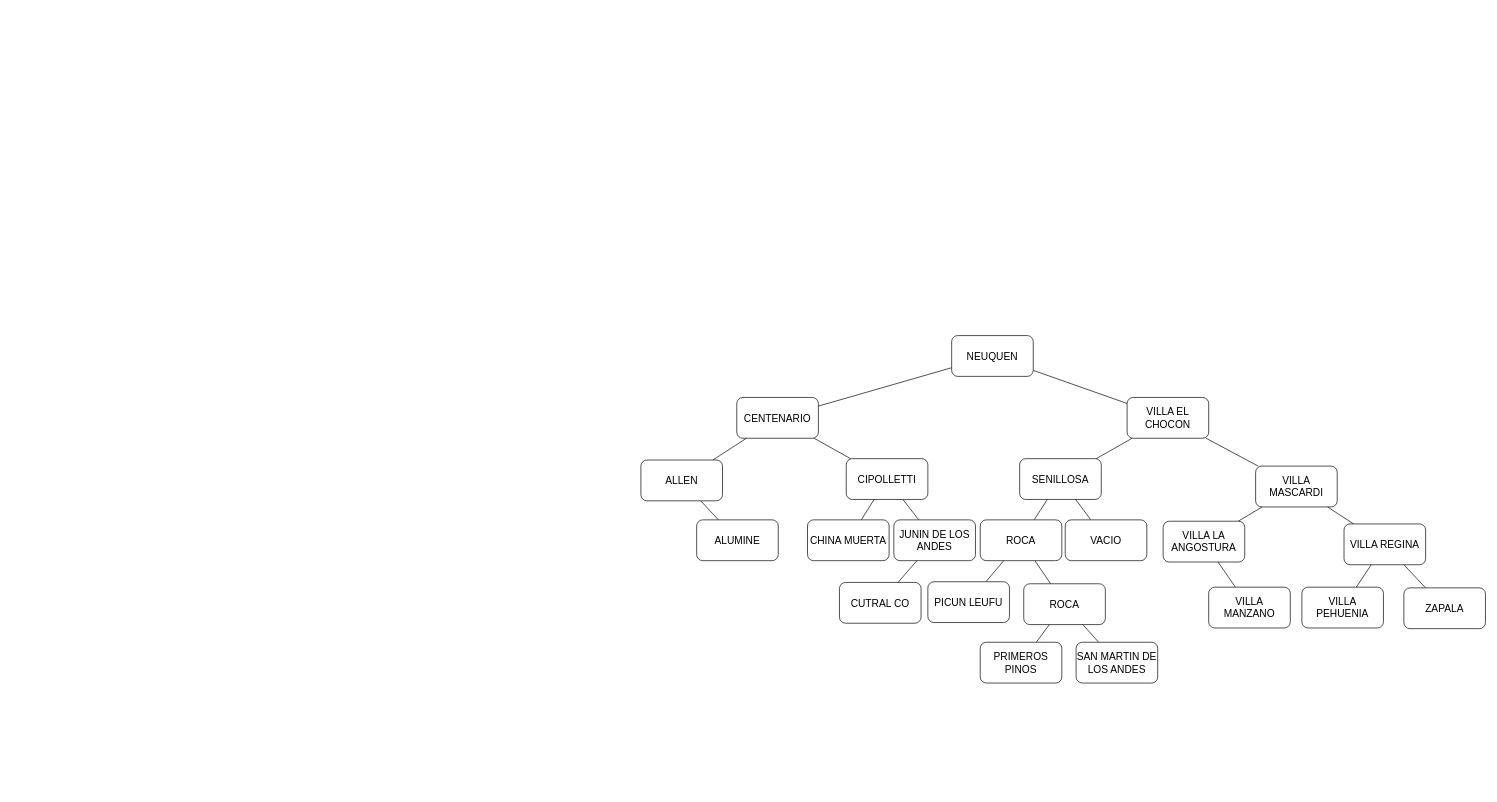
Above: page "AVL ESTACIONES" (2 of 4) of src/util/Archivos/Diagramas utilizados.drawio in LeonelBustamante/Trabajo-final-estructura-de-datos-2022 (draw.io), before the change. Source tidied: cells renumbered, new cells numbered last; positions are measured from the earlier drawing's top-left corner, leaving out a move shared by most shapes. Both pictures are drawn from the tidied source at 68%, with x=0, y=0 at pixel (641, 335).
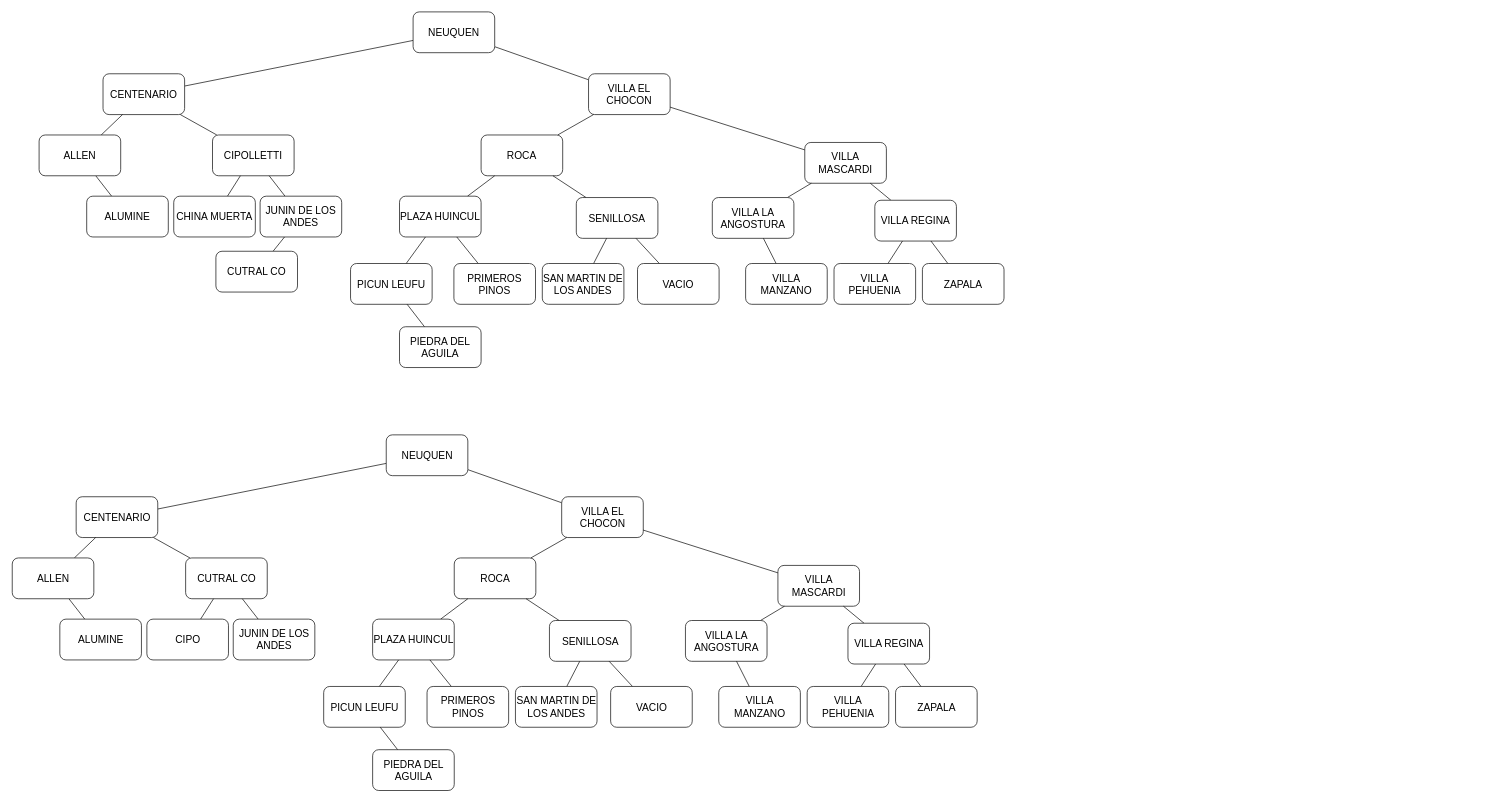
The same page after the edit.

Diff of the diagram source:
```diff
@@
     <mxCell id="4" value="NEUQUEN" style="rounded=1;whiteSpace=wrap;html=1;fontSize=15;" parent="1" vertex="1">
-      <mxGeometry x="457" width="120" height="60" as="geometry" />
+      <mxGeometry x="-335" y="-476" width="120" height="60" as="geometry" />
     </mxCell>
     <mxCell id="5" value="CENTENARIO" style="rounded=1;whiteSpace=wrap;html=1;fontSize=15;" parent="1" vertex="1">
-      <mxGeometry x="141" y="91" width="120" height="60" as="geometry" />
+      <mxGeometry x="-791" y="-385" width="120" height="60" as="geometry" />
     </mxCell>
@@
     <mxCell id="8" value="ALLEN" style="rounded=1;whiteSpace=wrap;html=1;fontSize=15;" parent="1" vertex="1">
-      <mxGeometry y="183" width="120" height="60" as="geometry" />
+      <mxGeometry x="-885" y="-295" width="120" height="60" as="geometry" />
     </mxCell>
@@
     <mxCell id="10" value="CIPOLLETTI" style="rounded=1;whiteSpace=wrap;html=1;fontSize=15;" parent="1" vertex="1">
-      <mxGeometry x="302" y="181" width="120" height="60" as="geometry" />
+      <mxGeometry x="-630" y="-295" width="120" height="60" as="geometry" />
     </mxCell>
     <mxCell id="11" value="VILLA EL CHOCON" style="rounded=1;whiteSpace=wrap;html=1;fontSize=15;" parent="1" vertex="1">
-      <mxGeometry x="715" y="91" width="120" height="60" as="geometry" />
+      <mxGeometry x="-77" y="-385" width="120" height="60" as="geometry" />
     </mxCell>
@@
-    <mxCell id="13" value="SENILLOSA" style="rounded=1;whiteSpace=wrap;html=1;fontSize=15;" parent="1" vertex="1">
-      <mxGeometry x="557" y="181" width="120" height="60" as="geometry" />
+    <mxCell id="13" value="ROCA" style="rounded=1;whiteSpace=wrap;html=1;fontSize=15;" parent="1" vertex="1">
+      <mxGeometry x="-235" y="-295" width="120" height="60" as="geometry" />
     </mxCell>
@@
     <mxCell id="15" value="VILLA MASCARDI" style="rounded=1;whiteSpace=wrap;html=1;fontSize=15;" parent="1" vertex="1">
-      <mxGeometry x="904" y="192" width="120" height="60" as="geometry" />
+      <mxGeometry x="241" y="-284" width="120" height="60" as="geometry" />
     </mxCell>
@@
     <mxCell id="17" value="VILLA REGINA" style="rounded=1;whiteSpace=wrap;html=1;fontSize=15;" parent="1" vertex="1">
-      <mxGeometry x="1034" y="277" width="120" height="60" as="geometry" />
+      <mxGeometry x="344" y="-199" width="120" height="60" as="geometry" />
     </mxCell>
@@
     <mxCell id="19" value="VILLA LA ANGOSTURA" style="rounded=1;whiteSpace=wrap;html=1;fontSize=15;" parent="1" vertex="1">
-      <mxGeometry x="768" y="273" width="120" height="60" as="geometry" />
+      <mxGeometry x="105" y="-203" width="120" height="60" as="geometry" />
     </mxCell>
@@
     <mxCell id="21" value="CHINA MUERTA" style="rounded=1;whiteSpace=wrap;html=1;fontSize=15;" parent="1" vertex="1">
-      <mxGeometry x="245" y="271" width="120" height="60" as="geometry" />
+      <mxGeometry x="-687" y="-205" width="120" height="60" as="geometry" />
     </mxCell>
@@
-    <mxCell id="23" value="VACIO" style="rounded=1;whiteSpace=wrap;html=1;fontSize=15;" parent="1" vertex="1">
-      <mxGeometry x="624" y="271" width="120" height="60" as="geometry" />
+    <mxCell id="23" value="SENILLOSA" style="rounded=1;whiteSpace=wrap;html=1;fontSize=15;" parent="1" vertex="1">
+      <mxGeometry x="-95" y="-203" width="120" height="60" as="geometry" />
     </mxCell>
@@
-    <mxCell id="25" value="ROCA" style="rounded=1;whiteSpace=wrap;html=1;fontSize=15;" parent="1" vertex="1">
-      <mxGeometry x="499" y="271" width="120" height="60" as="geometry" />
+    <mxCell id="25" value="PLAZA HUINCUL" style="rounded=1;whiteSpace=wrap;html=1;fontSize=15;" parent="1" vertex="1">
+      <mxGeometry x="-355" y="-205" width="120" height="60" as="geometry" />
     </mxCell>
-    <mxCell id="26" style="edgeStyle=none;rounded=0;jettySize=auto;html=1;fontSize=15;endArrow=none;endFill=0;" parent="1" edge="1" source="27" target="25">
+    <mxCell id="26" style="edgeStyle=none;rounded=0;jettySize=auto;html=1;fontSize=15;endArrow=none;endFill=0;" parent="1" edge="1" source="27" target="23">
       <mxGeometry relative="1" as="geometry" />
     </mxCell>
-    <mxCell id="27" value="ROCA" style="rounded=1;whiteSpace=wrap;html=1;fontSize=15;" parent="1" vertex="1">
-      <mxGeometry x="563" y="365" width="120" height="60" as="geometry" />
+    <mxCell id="27" value="VACIO" style="rounded=1;whiteSpace=wrap;html=1;fontSize=15;" parent="1" vertex="1">
+      <mxGeometry x="-5" y="-106" width="120" height="60" as="geometry" />
     </mxCell>
@@
     <mxCell id="29" value="VILLA MANZANO" style="rounded=1;whiteSpace=wrap;html=1;fontSize=15;" parent="1" vertex="1">
-      <mxGeometry x="835" y="370" width="120" height="60" as="geometry" />
+      <mxGeometry x="154" y="-106" width="120" height="60" as="geometry" />
     </mxCell>
@@
     <mxCell id="31" value="JUNIN DE LOS ANDES" style="rounded=1;whiteSpace=wrap;html=1;fontSize=15;" parent="1" vertex="1">
-      <mxGeometry x="372" y="271" width="120" height="60" as="geometry" />
+      <mxGeometry x="-560" y="-205" width="120" height="60" as="geometry" />
     </mxCell>
     <mxCell id="32" value="ALUMINE" style="rounded=1;whiteSpace=wrap;html=1;fontSize=15;" parent="1" vertex="1">
-      <mxGeometry x="82" y="271" width="120" height="60" as="geometry" />
+      <mxGeometry x="-815" y="-205" width="120" height="60" as="geometry" />
     </mxCell>
@@
     <mxCell id="34" value="ZAPALA" style="rounded=1;whiteSpace=wrap;html=1;fontSize=15;" parent="1" vertex="1">
-      <mxGeometry x="1122" y="371" width="120" height="60" as="geometry" />
+      <mxGeometry x="414" y="-106" width="120" height="60" as="geometry" />
     </mxCell>
@@
     <mxCell id="36" value="CUTRAL CO" style="rounded=1;whiteSpace=wrap;html=1;fontSize=15;" parent="1" vertex="1">
-      <mxGeometry x="292" y="363" width="120" height="60" as="geometry" />
+      <mxGeometry x="-625" y="-124" width="120" height="60" as="geometry" />
     </mxCell>
@@
     <mxCell id="38" value="PICUN LEUFU" style="rounded=1;whiteSpace=wrap;html=1;fontSize=15;" parent="1" vertex="1">
-      <mxGeometry x="422" y="362" width="120" height="60" as="geometry" />
+      <mxGeometry x="-427" y="-106" width="120" height="60" as="geometry" />
     </mxCell>
-    <mxCell id="39" style="edgeStyle=none;rounded=0;jettySize=auto;html=1;fontSize=15;endArrow=none;endFill=0;" parent="1" edge="1" source="27" target="40">
+    <mxCell id="39" style="edgeStyle=none;rounded=0;jettySize=auto;html=1;fontSize=15;endArrow=none;endFill=0;" parent="1" edge="1" source="25" target="40">
       <mxGeometry relative="1" as="geometry" />
     </mxCell>
     <mxCell id="40" value="PRIMEROS PINOS" style="rounded=1;whiteSpace=wrap;html=1;fontSize=15;" parent="1" vertex="1">
-      <mxGeometry x="499" y="451" width="120" height="60" as="geometry" />
+      <mxGeometry x="-275" y="-106" width="120" height="60" as="geometry" />
     </mxCell>
@@
     <mxCell id="42" value="VILLA PEHUENIA" style="rounded=1;whiteSpace=wrap;html=1;fontSize=15;" parent="1" vertex="1">
-      <mxGeometry x="972" y="370" width="120" height="60" as="geometry" />
+      <mxGeometry x="284" y="-106" width="120" height="60" as="geometry" />
     </mxCell>
-    <mxCell id="43" style="edgeStyle=none;rounded=0;jettySize=auto;html=1;fontSize=15;endArrow=none;endFill=0;" parent="1" edge="1" source="27" target="44">
+    <mxCell id="43" style="edgeStyle=none;rounded=0;jettySize=auto;html=1;fontSize=15;endArrow=none;endFill=0;" parent="1" edge="1" source="23" target="44">
       <mxGeometry relative="1" as="geometry" />
     </mxCell>
     <mxCell id="44" value="SAN MARTIN DE LOS ANDES" style="rounded=1;whiteSpace=wrap;html=1;fontSize=15;" parent="1" vertex="1">
-      <mxGeometry x="640" y="451" width="120" height="60" as="geometry" />
+      <mxGeometry x="-145" y="-106" width="120" height="60" as="geometry" />
     </mxCell>
+    <mxCell id="45" style="edgeStyle=none;rounded=0;jettySize=auto;html=1;fontSize=15;endArrow=none;endFill=0;" parent="1" edge="1" source="38" target="46">
+      <mxGeometry relative="1" as="geometry" />
+    </mxCell>
+    <mxCell id="46" value="PIEDRA DEL AGUILA" style="rounded=1;whiteSpace=wrap;html=1;fontSize=15;" parent="1" vertex="1">
+      <mxGeometry x="-355" y="-13" width="120" height="60" as="geometry" />
+    </mxCell>
+    <mxCell id="47" style="edgeStyle=none;rounded=0;jettySize=auto;html=1;fontSize=15;endArrow=none;endFill=0;" parent="1" edge="1" source="56" target="49">
+      <mxGeometry relative="1" as="geometry" />
+    </mxCell>
+    <mxCell id="48" style="edgeStyle=none;rounded=0;jettySize=auto;html=1;fontSize=15;endArrow=none;endFill=0;" parent="1" edge="1" source="49" target="50">
+      <mxGeometry relative="1" as="geometry" />
+    </mxCell>
+    <mxCell id="49" value="NEUQUEN" style="rounded=1;whiteSpace=wrap;html=1;fontSize=15;" parent="1" vertex="1">
+      <mxGeometry x="-374.5" y="146" width="120" height="60" as="geometry" />
+    </mxCell>
+    <mxCell id="50" value="CENTENARIO" style="rounded=1;whiteSpace=wrap;html=1;fontSize=15;" parent="1" vertex="1">
+      <mxGeometry x="-830.5" y="237" width="120" height="60" as="geometry" />
+    </mxCell>
+    <mxCell id="51" style="edgeStyle=none;rounded=0;jettySize=auto;html=1;fontSize=15;endArrow=none;endFill=0;" parent="1" edge="1" source="50" target="53">
+      <mxGeometry relative="1" as="geometry" />
+    </mxCell>
+    <mxCell id="52" style="edgeStyle=none;rounded=0;jettySize=auto;html=1;fontSize=15;endArrow=none;endFill=0;" parent="1" edge="1" source="53" target="77">
+      <mxGeometry relative="1" as="geometry" />
+    </mxCell>
+    <mxCell id="53" value="ALLEN" style="rounded=1;whiteSpace=wrap;html=1;fontSize=15;" parent="1" vertex="1">
+      <mxGeometry x="-924.5" y="327" width="120" height="60" as="geometry" />
+    </mxCell>
+    <mxCell id="54" style="edgeStyle=none;rounded=0;jettySize=auto;html=1;fontSize=15;endArrow=none;endFill=0;" parent="1" edge="1" source="55" target="50">
+      <mxGeometry relative="1" as="geometry" />
+    </mxCell>
+    <mxCell id="55" value="CUTRAL CO" style="rounded=1;whiteSpace=wrap;html=1;fontSize=15;" parent="1" vertex="1">
+      <mxGeometry x="-669.5" y="327" width="120" height="60" as="geometry" />
+    </mxCell>
+    <mxCell id="56" value="VILLA EL CHOCON" style="rounded=1;whiteSpace=wrap;html=1;fontSize=15;" parent="1" vertex="1">
+      <mxGeometry x="-116.5" y="237" width="120" height="60" as="geometry" />
+    </mxCell>
+    <mxCell id="57" style="edgeStyle=none;rounded=0;jettySize=auto;html=1;fontSize=15;endArrow=none;endFill=0;" parent="1" edge="1" source="56" target="58">
+      <mxGeometry relative="1" as="geometry" />
+    </mxCell>
+    <mxCell id="58" value="ROCA" style="rounded=1;whiteSpace=wrap;html=1;fontSize=15;" parent="1" vertex="1">
+      <mxGeometry x="-274.5" y="327" width="120" height="60" as="geometry" />
+    </mxCell>
+    <mxCell id="59" style="edgeStyle=none;rounded=0;jettySize=auto;html=1;fontSize=15;endArrow=none;endFill=0;" parent="1" edge="1" source="60" target="56">
+      <mxGeometry relative="1" as="geometry" />
+    </mxCell>
+    <mxCell id="60" value="VILLA MASCARDI" style="rounded=1;whiteSpace=wrap;html=1;fontSize=15;" parent="1" vertex="1">
+      <mxGeometry x="201.5" y="338" width="120" height="60" as="geometry" />
+    </mxCell>
+    <mxCell id="61" style="edgeStyle=none;rounded=0;jettySize=auto;html=1;fontSize=15;endArrow=none;endFill=0;" parent="1" edge="1" source="62" target="60">
+      <mxGeometry relative="1" as="geometry" />
+    </mxCell>
+    <mxCell id="62" value="VILLA REGINA" style="rounded=1;whiteSpace=wrap;html=1;fontSize=15;" parent="1" vertex="1">
+      <mxGeometry x="304.5" y="423" width="120" height="60" as="geometry" />
+    </mxCell>
+    <mxCell id="63" style="edgeStyle=none;rounded=0;jettySize=auto;html=1;fontSize=15;endArrow=none;endFill=0;" parent="1" edge="1" source="60" target="64">
+      <mxGeometry relative="1" as="geometry" />
+    </mxCell>
+    <mxCell id="64" value="VILLA LA ANGOSTURA" style="rounded=1;whiteSpace=wrap;html=1;fontSize=15;" parent="1" vertex="1">
+      <mxGeometry x="65.5" y="419" width="120" height="60" as="geometry" />
+    </mxCell>
+    <mxCell id="65" style="edgeStyle=none;rounded=0;jettySize=auto;html=1;fontSize=15;endArrow=none;endFill=0;" parent="1" edge="1" source="55" target="66">
+      <mxGeometry relative="1" as="geometry" />
+    </mxCell>
+    <mxCell id="66" value="CIPO" style="rounded=1;whiteSpace=wrap;html=1;fontSize=15;" parent="1" vertex="1">
+      <mxGeometry x="-726.5" y="417" width="120" height="60" as="geometry" />
+    </mxCell>
+    <mxCell id="67" style="edgeStyle=none;rounded=0;jettySize=auto;html=1;fontSize=15;endArrow=none;endFill=0;" parent="1" edge="1" source="68" target="58">
+      <mxGeometry relative="1" as="geometry" />
+    </mxCell>
+    <mxCell id="68" value="SENILLOSA" style="rounded=1;whiteSpace=wrap;html=1;fontSize=15;" parent="1" vertex="1">
+      <mxGeometry x="-134.5" y="419" width="120" height="60" as="geometry" />
+    </mxCell>
+    <mxCell id="69" style="edgeStyle=none;rounded=0;jettySize=auto;html=1;fontSize=15;endArrow=none;endFill=0;" parent="1" edge="1" source="58" target="70">
+      <mxGeometry relative="1" as="geometry" />
+    </mxCell>
+    <mxCell id="70" value="PLAZA HUINCUL" style="rounded=1;whiteSpace=wrap;html=1;fontSize=15;" parent="1" vertex="1">
+      <mxGeometry x="-394.5" y="417" width="120" height="60" as="geometry" />
+    </mxCell>
+    <mxCell id="71" style="edgeStyle=none;rounded=0;jettySize=auto;html=1;fontSize=15;endArrow=none;endFill=0;" parent="1" edge="1" source="72" target="68">
+      <mxGeometry relative="1" as="geometry" />
+    </mxCell>
+    <mxCell id="72" value="VACIO" style="rounded=1;whiteSpace=wrap;html=1;fontSize=15;" parent="1" vertex="1">
+      <mxGeometry x="-44.5" y="516" width="120" height="60" as="geometry" />
+    </mxCell>
+    <mxCell id="73" style="edgeStyle=none;rounded=0;jettySize=auto;html=1;fontSize=15;endArrow=none;endFill=0;" parent="1" edge="1" source="74" target="64">
+      <mxGeometry relative="1" as="geometry" />
+    </mxCell>
+    <mxCell id="74" value="VILLA MANZANO" style="rounded=1;whiteSpace=wrap;html=1;fontSize=15;" parent="1" vertex="1">
+      <mxGeometry x="114.5" y="516" width="120" height="60" as="geometry" />
+    </mxCell>
+    <mxCell id="75" style="edgeStyle=none;rounded=0;jettySize=auto;html=1;fontSize=15;endArrow=none;endFill=0;" parent="1" edge="1" source="76" target="55">
+      <mxGeometry relative="1" as="geometry" />
+    </mxCell>
+    <mxCell id="76" value="JUNIN DE LOS ANDES" style="rounded=1;whiteSpace=wrap;html=1;fontSize=15;" parent="1" vertex="1">
+      <mxGeometry x="-599.5" y="417" width="120" height="60" as="geometry" />
+    </mxCell>
+    <mxCell id="77" value="ALUMINE" style="rounded=1;whiteSpace=wrap;html=1;fontSize=15;" parent="1" vertex="1">
+      <mxGeometry x="-854.5" y="417" width="120" height="60" as="geometry" />
+    </mxCell>
+    <mxCell id="78" style="edgeStyle=none;rounded=0;jettySize=auto;html=1;fontSize=15;endArrow=none;endFill=0;" parent="1" edge="1" source="79" target="62">
+      <mxGeometry relative="1" as="geometry" />
+    </mxCell>
+    <mxCell id="79" value="ZAPALA" style="rounded=1;whiteSpace=wrap;html=1;fontSize=15;" parent="1" vertex="1">
+      <mxGeometry x="374.5" y="516" width="120" height="60" as="geometry" />
+    </mxCell>
+    <mxCell id="80" style="edgeStyle=none;rounded=0;jettySize=auto;html=1;fontSize=15;endArrow=none;endFill=0;" parent="1" edge="1" source="70" target="81">
+      <mxGeometry relative="1" as="geometry" />
+    </mxCell>
+    <mxCell id="81" value="PICUN LEUFU" style="rounded=1;whiteSpace=wrap;html=1;fontSize=15;" parent="1" vertex="1">
+      <mxGeometry x="-466.5" y="516" width="120" height="60" as="geometry" />
+    </mxCell>
+    <mxCell id="82" style="edgeStyle=none;rounded=0;jettySize=auto;html=1;fontSize=15;endArrow=none;endFill=0;" parent="1" edge="1" source="70" target="83">
+      <mxGeometry relative="1" as="geometry" />
+    </mxCell>
+    <mxCell id="83" value="PRIMEROS PINOS" style="rounded=1;whiteSpace=wrap;html=1;fontSize=15;" parent="1" vertex="1">
+      <mxGeometry x="-314.5" y="516" width="120" height="60" as="geometry" />
+    </mxCell>
+    <mxCell id="84" style="edgeStyle=none;rounded=0;jettySize=auto;html=1;fontSize=15;endArrow=none;endFill=0;" parent="1" edge="1" source="62" target="85">
+      <mxGeometry relative="1" as="geometry" />
+    </mxCell>
+    <mxCell id="85" value="VILLA PEHUENIA" style="rounded=1;whiteSpace=wrap;html=1;fontSize=15;" parent="1" vertex="1">
+      <mxGeometry x="244.5" y="516" width="120" height="60" as="geometry" />
+    </mxCell>
+    <mxCell id="86" style="edgeStyle=none;rounded=0;jettySize=auto;html=1;fontSize=15;endArrow=none;endFill=0;" parent="1" edge="1" source="68" target="87">
+      <mxGeometry relative="1" as="geometry" />
+    </mxCell>
+    <mxCell id="87" value="SAN MARTIN DE LOS ANDES" style="rounded=1;whiteSpace=wrap;html=1;fontSize=15;" parent="1" vertex="1">
+      <mxGeometry x="-184.5" y="516" width="120" height="60" as="geometry" />
+    </mxCell>
+    <mxCell id="88" style="edgeStyle=none;rounded=0;jettySize=auto;html=1;fontSize=15;endArrow=none;endFill=0;" parent="1" edge="1" source="81" target="89">
+      <mxGeometry relative="1" as="geometry" />
+    </mxCell>
+    <mxCell id="89" value="PIEDRA DEL AGUILA" style="rounded=1;whiteSpace=wrap;html=1;fontSize=15;" parent="1" vertex="1">
+      <mxGeometry x="-394.5" y="609" width="120" height="60" as="geometry" />
+    </mxCell>
```
